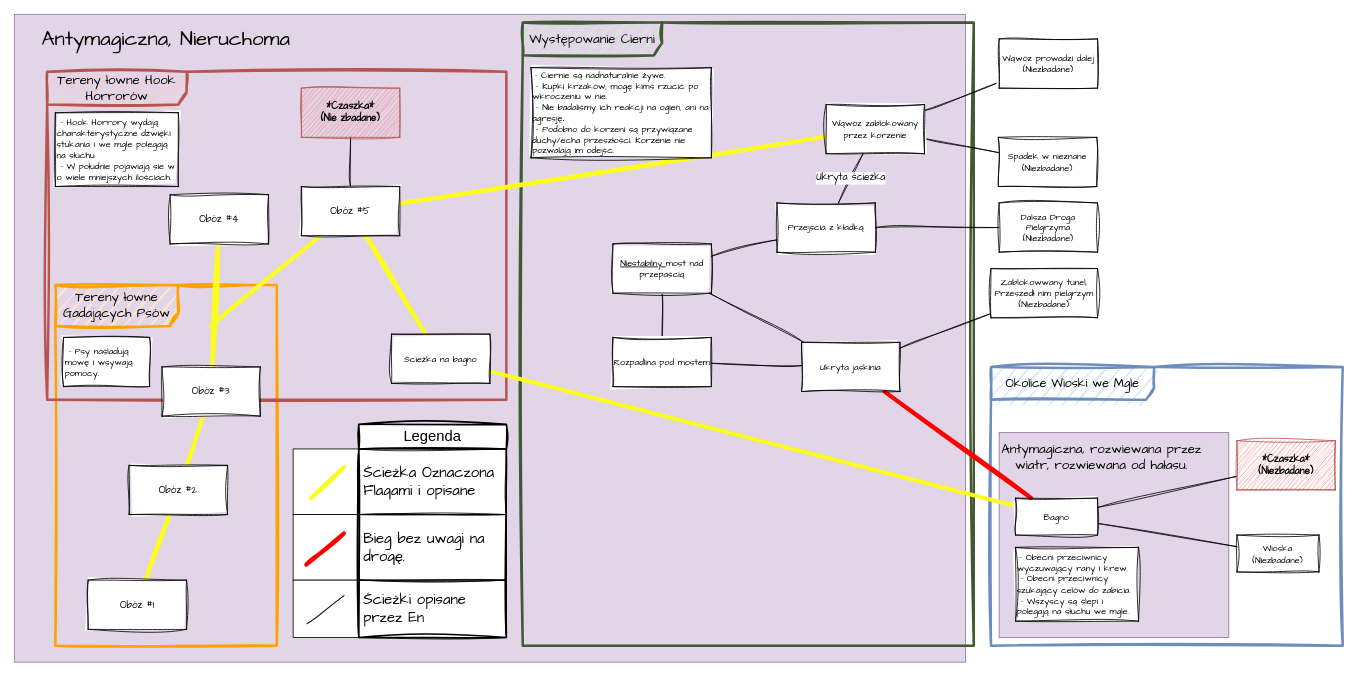
Gryfin123/diagrams_with_no_context keeps this draw.io diagram as plan.drawio. Above is the earlier version. Source tidied: cells renumbered, new cells numbered last; positions are measured from the earlier drawing's top-left corner, leaving out a move shared by most shapes. Both pictures are drawn from the tidied source at 82%, with x=0, y=0 at pixel (14, 14).
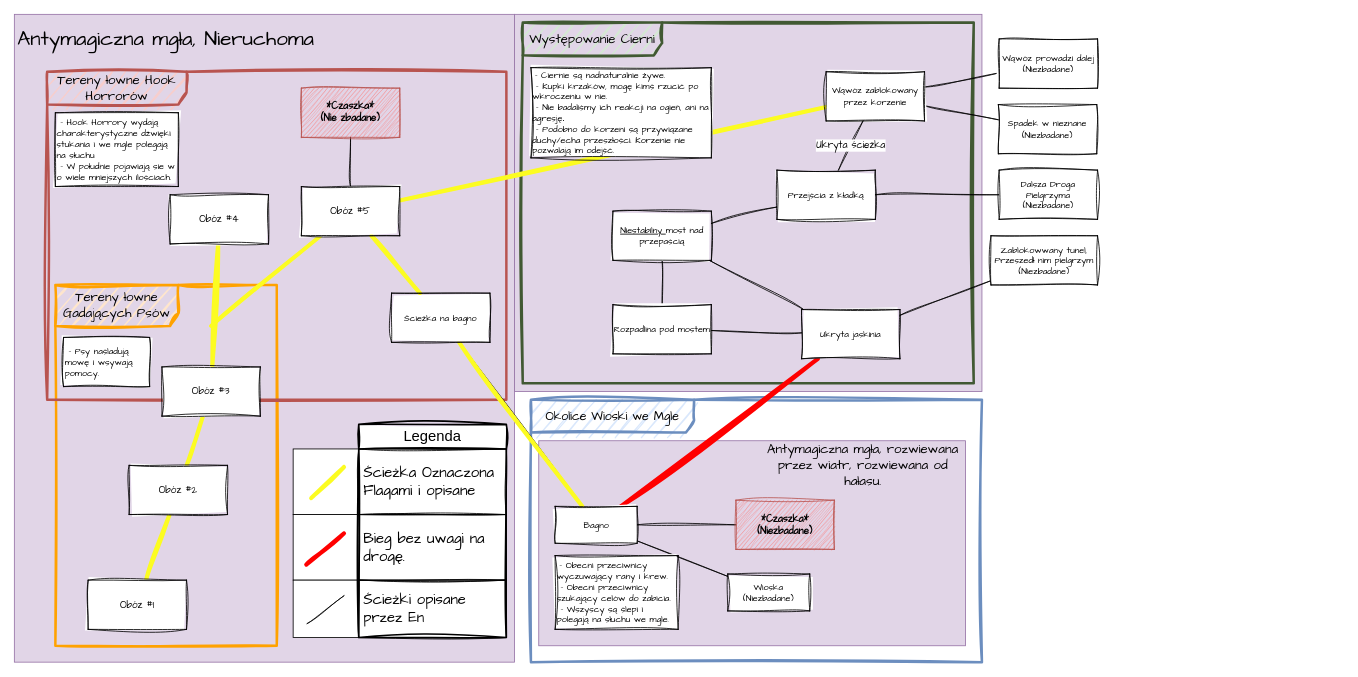
Above is the later version.

Diff of the diagram source:
```diff
@@
+    <mxCell id="64" style="rounded=0;whiteSpace=wrap;html=1;fontFamily=Helvetica;fontSize=11;fillColor=#e1d5e7;strokeColor=#9673a6;" parent="1" vertex="1">
+      <mxGeometry x="610" width="570" height="460" as="geometry" />
+    </mxCell>
     <mxCell id="2" value="&lt;font style=&quot;font-size: 12px;&quot;&gt;&lt;span style=&quot;font-size: 15px;&quot;&gt;&lt;font style=&quot;font-size: 15px;&quot; face=&quot;Comic Sans MS&quot;&gt;Okolice Wioski we Mgle&lt;br&gt;&lt;/font&gt;&lt;/span&gt;&lt;/font&gt;" style="shape=umlFrame;whiteSpace=wrap;html=1;fontFamily=Helvetica;fontSize=11;width=199;height=40;fillColor=#dae8fc;strokeColor=#6c8ebf;strokeWidth=3;sketch=1;curveFitting=1;jiggle=2;" parent="1" vertex="1">
-      <mxGeometry x="1191" y="430" width="429" height="340" as="geometry" />
+      <mxGeometry x="630" y="470" width="550" height="320" as="geometry" />
     </mxCell>
     <mxCell id="3" style="rounded=0;whiteSpace=wrap;html=1;fontFamily=Helvetica;fontSize=11;fillColor=#e1d5e7;strokeColor=#9673a6;" parent="1" vertex="1">
-      <mxGeometry x="1201" y="510" width="280" height="250" as="geometry" />
+      <mxGeometry x="639.5" y="520" width="520.5" height="250" as="geometry" />
     </mxCell>
     <mxCell id="4" style="rounded=0;whiteSpace=wrap;html=1;fontFamily=Helvetica;fontSize=11;fillColor=#e1d5e7;strokeColor=#9673a6;" parent="1" vertex="1">
-      <mxGeometry width="1160" height="790" as="geometry" />
+      <mxGeometry width="610" height="790" as="geometry" />
     </mxCell>
     <mxCell id="5" value="&lt;font style=&quot;font-size: 16px;&quot; face=&quot;Comic Sans MS&quot;&gt;Występowanie Cierni&lt;/font&gt;" style="shape=umlFrame;whiteSpace=wrap;html=1;fontFamily=Helvetica;fontSize=11;width=170;height=40;fillColor=#d5e8d4;strokeColor=#415933;strokeWidth=3;sketch=1;curveFitting=1;jiggle=2;" parent="1" vertex="1">
-      <mxGeometry x="620" y="10" width="550" height="760" as="geometry" />
+      <mxGeometry x="620" y="10" width="550" height="440" as="geometry" />
     </mxCell>
@@
     <mxCell id="24" value="&lt;font face=&quot;Comic Sans MS&quot;&gt;Wąwóz zablokowany przez korzenie&lt;/font&gt;" style="rounded=0;whiteSpace=wrap;html=1;fontFamily=Helvetica;fontSize=11;fontColor=default;sketch=1;curveFitting=1;jiggle=2;" parent="1" vertex="1">
-      <mxGeometry x="990" y="110" width="120" height="60" as="geometry" />
+      <mxGeometry x="990" y="70" width="120" height="60" as="geometry" />
     </mxCell>
@@
     <mxCell id="27" value="&lt;font face=&quot;Comic Sans MS&quot;&gt;Ścieżka na bagno&lt;/font&gt;" style="rounded=0;whiteSpace=wrap;html=1;fontFamily=Helvetica;fontSize=11;fontColor=default;sketch=1;curveFitting=1;jiggle=2;" parent="1" vertex="1">
-      <mxGeometry x="460" y="390" width="120" height="60" as="geometry" />
+      <mxGeometry x="460" y="340" width="120" height="60" as="geometry" />
     </mxCell>
@@
     <mxCell id="29" value="&lt;font face=&quot;Comic Sans MS&quot;&gt;Spadek w nieznane&lt;br&gt;(Niezbadane)&lt;/font&gt;" style="rounded=0;whiteSpace=wrap;html=1;fontFamily=Helvetica;fontSize=11;fontColor=default;sketch=1;curveFitting=1;jiggle=2;" parent="1" vertex="1">
-      <mxGeometry x="1200" y="150" width="120" height="60" as="geometry" />
+      <mxGeometry x="1200" y="110" width="120" height="60" as="geometry" />
     </mxCell>
@@
     <mxCell id="33" value="&lt;font face=&quot;Comic Sans MS&quot;&gt;Bagno&lt;/font&gt;" style="rounded=0;whiteSpace=wrap;html=1;fontFamily=Helvetica;fontSize=11;fontColor=default;sketch=1;curveFitting=1;jiggle=2;" parent="1" vertex="1">
-      <mxGeometry x="1221" y="590" width="100" height="45" as="geometry" />
+      <mxGeometry x="659.5" y="600" width="100" height="45" as="geometry" />
     </mxCell>
     <mxCell id="34" value="&lt;font face=&quot;Comic Sans MS&quot; style=&quot;font-size: 12px;&quot;&gt;&lt;b&gt;*Czaszka*&lt;br&gt;(Niezbadane)&lt;/b&gt;&lt;/font&gt;" style="rounded=0;whiteSpace=wrap;html=1;fontFamily=Helvetica;fontSize=11;sketch=1;curveFitting=1;jiggle=2;fillColor=#F88888;strokeColor=#b85450;" parent="1" vertex="1">
-      <mxGeometry x="1491" y="520" width="120" height="60" as="geometry" />
+      <mxGeometry x="880" y="592.5" width="120" height="60" as="geometry" />
     </mxCell>
-    <mxCell id="35" value="&lt;font face=&quot;Comic Sans MS&quot; style=&quot;font-size: 25px;&quot;&gt;Antymagiczna, Nieruchoma&lt;br&gt;&lt;/font&gt;" style="text;html=1;strokeColor=none;fillColor=none;align=center;verticalAlign=middle;whiteSpace=wrap;rounded=0;fontSize=11;fontFamily=Helvetica;fontColor=default;strokeWidth=4;" parent="1" vertex="1">
+    <mxCell id="35" value="&lt;font face=&quot;Comic Sans MS&quot; style=&quot;font-size: 25px;&quot;&gt;Antymagiczna mgła, Nieruchoma&lt;br&gt;&lt;/font&gt;" style="text;html=1;strokeColor=none;fillColor=none;align=center;verticalAlign=middle;whiteSpace=wrap;rounded=0;fontSize=11;fontFamily=Helvetica;fontColor=default;strokeWidth=4;" parent="1" vertex="1">
       <mxGeometry width="370" height="60" as="geometry" />
     </mxCell>
-    <mxCell id="36" value="&lt;font face=&quot;Comic Sans MS&quot; style=&quot;font-size: 16px;&quot;&gt;Antymagiczna, rozwiewana przez wiatr, rozwiewana od hałasu.&lt;br&gt;&lt;/font&gt;" style="text;html=1;strokeColor=none;fillColor=none;align=center;verticalAlign=middle;whiteSpace=wrap;rounded=0;fontSize=11;fontFamily=Helvetica;fontColor=default;strokeWidth=4;sketch=1;curveFitting=1;jiggle=2;" parent="1" vertex="1">
-      <mxGeometry x="1201" y="510" width="250" height="60" as="geometry" />
+    <mxCell id="36" value="&lt;font face=&quot;Comic Sans MS&quot; style=&quot;font-size: 16px;&quot;&gt;Antymagiczna mgła, rozwiewana przez wiatr, rozwiewana od hałasu.&lt;br&gt;&lt;/font&gt;" style="text;html=1;strokeColor=none;fillColor=none;align=center;verticalAlign=middle;whiteSpace=wrap;rounded=0;fontSize=11;fontFamily=Helvetica;fontColor=default;strokeWidth=4;sketch=1;curveFitting=1;jiggle=2;" parent="1" vertex="1">
+      <mxGeometry x="910" y="520" width="250" height="60" as="geometry" />
     </mxCell>
@@
     <mxCell id="40" value="&lt;font face=&quot;Comic Sans MS&quot;&gt;Ukryta jaskinia&lt;/font&gt;" style="rounded=0;whiteSpace=wrap;html=1;fontFamily=Helvetica;fontSize=11;fontColor=default;sketch=1;curveFitting=1;jiggle=2;" parent="1" vertex="1">
-      <mxGeometry x="960" y="400" width="120" height="60" as="geometry" />
+      <mxGeometry x="960" y="360" width="120" height="60" as="geometry" />
     </mxCell>
     <mxCell id="41" value="&lt;font face=&quot;Comic Sans MS&quot;&gt;Zablokowwany tunel,&lt;br&gt;Przeszedł nim pielgrzym&lt;br&gt;(Niezbadane)&lt;/font&gt;" style="rounded=0;whiteSpace=wrap;html=1;fontFamily=Helvetica;fontSize=11;fontColor=default;sketch=1;curveFitting=1;jiggle=2;" parent="1" vertex="1">
-      <mxGeometry x="1191" y="310" width="130" height="60" as="geometry" />
+      <mxGeometry x="1191" y="270" width="130" height="60" as="geometry" />
     </mxCell>
@@
     <mxCell id="44" value="&lt;font face=&quot;Comic Sans MS&quot;&gt;&lt;u&gt;Niestabilny &lt;/u&gt;most nad przepaścią&lt;/font&gt;" style="rounded=0;whiteSpace=wrap;html=1;fontFamily=Helvetica;fontSize=11;fontColor=default;sketch=1;curveFitting=1;jiggle=2;" parent="1" vertex="1">
-      <mxGeometry x="730" y="280" width="120" height="60" as="geometry" />
+      <mxGeometry x="730" y="240" width="120" height="60" as="geometry" />
     </mxCell>
     <mxCell id="45" value="&lt;font face=&quot;Comic Sans MS&quot;&gt;Rozpadlina pod mostem&lt;/font&gt;" style="rounded=0;whiteSpace=wrap;html=1;fontFamily=Helvetica;fontSize=11;fontColor=default;sketch=1;curveFitting=1;jiggle=2;" parent="1" vertex="1">
-      <mxGeometry x="730" y="394" width="120" height="60" as="geometry" />
+      <mxGeometry x="730" y="354" width="120" height="60" as="geometry" />
     </mxCell>
@@
     <mxCell id="49" value="&lt;font face=&quot;Comic Sans MS&quot;&gt;Przejścia z kładką&lt;/font&gt;" style="rounded=0;whiteSpace=wrap;html=1;fontFamily=Helvetica;fontSize=11;fontColor=default;sketch=1;curveFitting=1;jiggle=2;" parent="1" vertex="1">
-      <mxGeometry x="930" y="230" width="120" height="60" as="geometry" />
+      <mxGeometry x="930" y="190" width="120" height="60" as="geometry" />
     </mxCell>
     <mxCell id="50" value="&lt;font face=&quot;Comic Sans MS&quot;&gt;Dalsza Droga Pielgrzyma&lt;br&gt;(Niezbadane)&lt;/font&gt;" style="rounded=0;whiteSpace=wrap;html=1;fontFamily=Helvetica;fontSize=11;fontColor=default;sketch=1;curveFitting=1;jiggle=2;" parent="1" vertex="1">
-      <mxGeometry x="1201" y="230" width="120" height="60" as="geometry" />
+      <mxGeometry x="1201" y="190" width="120" height="60" as="geometry" />
     </mxCell>
@@
     <mxCell id="59" value="&lt;div align=&quot;left&quot;&gt;&amp;nbsp;&lt;font face=&quot;Comic Sans MS&quot;&gt;- Obecni przeciwnicy wyczuwający rany i krew.&lt;br&gt;&amp;nbsp;- Obecni przeciwnicy szukający celów do zabicia.&lt;br&gt;&amp;nbsp;- Wszyscy są ślepi i polegają na słuchu we mgle.&lt;/font&gt;&lt;/div&gt;" style="rounded=0;whiteSpace=wrap;html=1;sketch=1;jiggle=2;curveFitting=1;strokeColor=default;align=left;verticalAlign=middle;fontFamily=Helvetica;fontSize=11;fontColor=default;fillColor=default;" parent="1" vertex="1">
-      <mxGeometry x="1221" y="650" width="150" height="90" as="geometry" />
+      <mxGeometry x="659.5" y="660" width="150" height="90" as="geometry" />
     </mxCell>
@@
     <mxCell id="63" value="&lt;font face=&quot;Comic Sans MS&quot;&gt;Wioska&lt;br&gt;(Niezbadane)&lt;br&gt;&lt;/font&gt;" style="rounded=0;whiteSpace=wrap;html=1;fontFamily=Helvetica;fontSize=11;fontColor=default;sketch=1;curveFitting=1;jiggle=2;" parent="1" vertex="1">
-      <mxGeometry x="1491" y="635" width="100" height="45" as="geometry" />
+      <mxGeometry x="870" y="682.5" width="100" height="45" as="geometry" />
     </mxCell>
```
